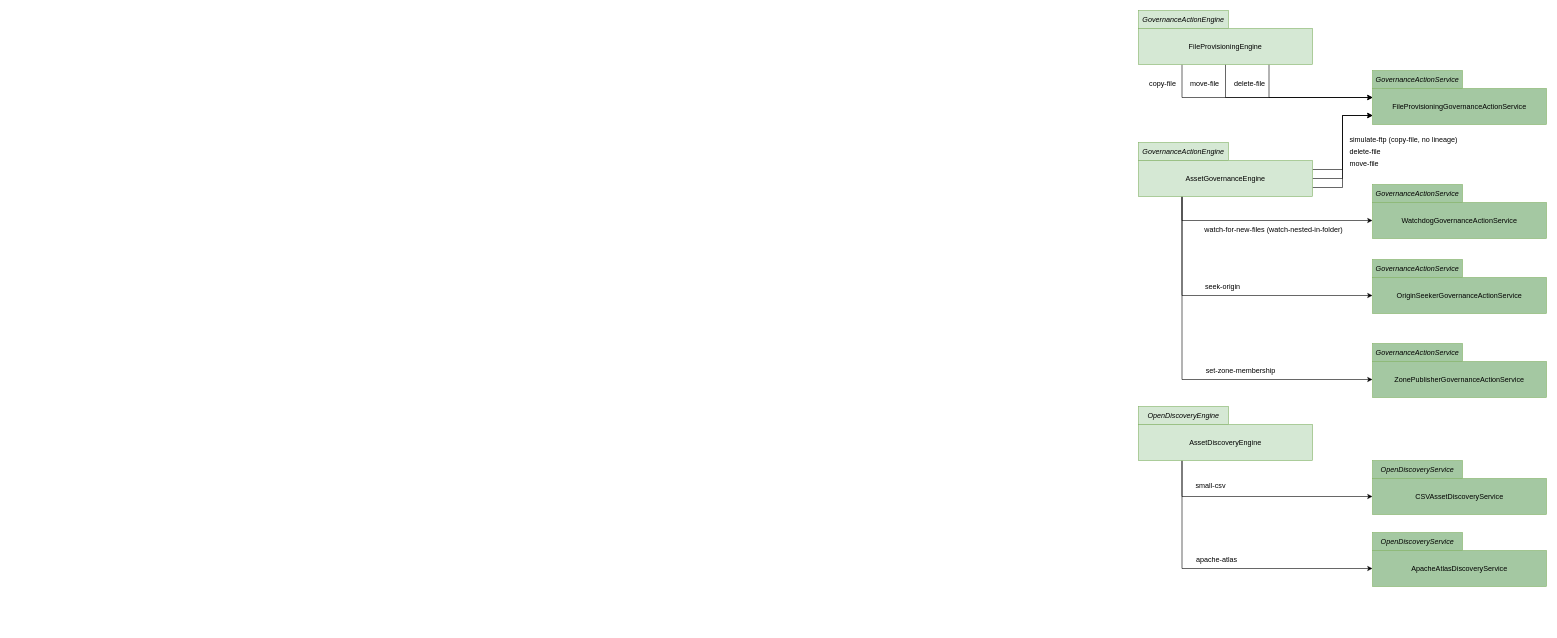
Earlier version of the draw.io diagram page "governance-engines" (6 of 7) of open-metadata-resources/open-metadata-archives/open-connector-archives/docs/open-connector-archives.drawio (odpi/egeria). Source tidied: cells renumbered, new cells numbered last; positions are measured from the earlier drawing's top-left corner, leaving out a move shared by most shapes. Both pictures are drawn from the tidied source at 60%, with x=0, y=0 at pixel (1138, 10).
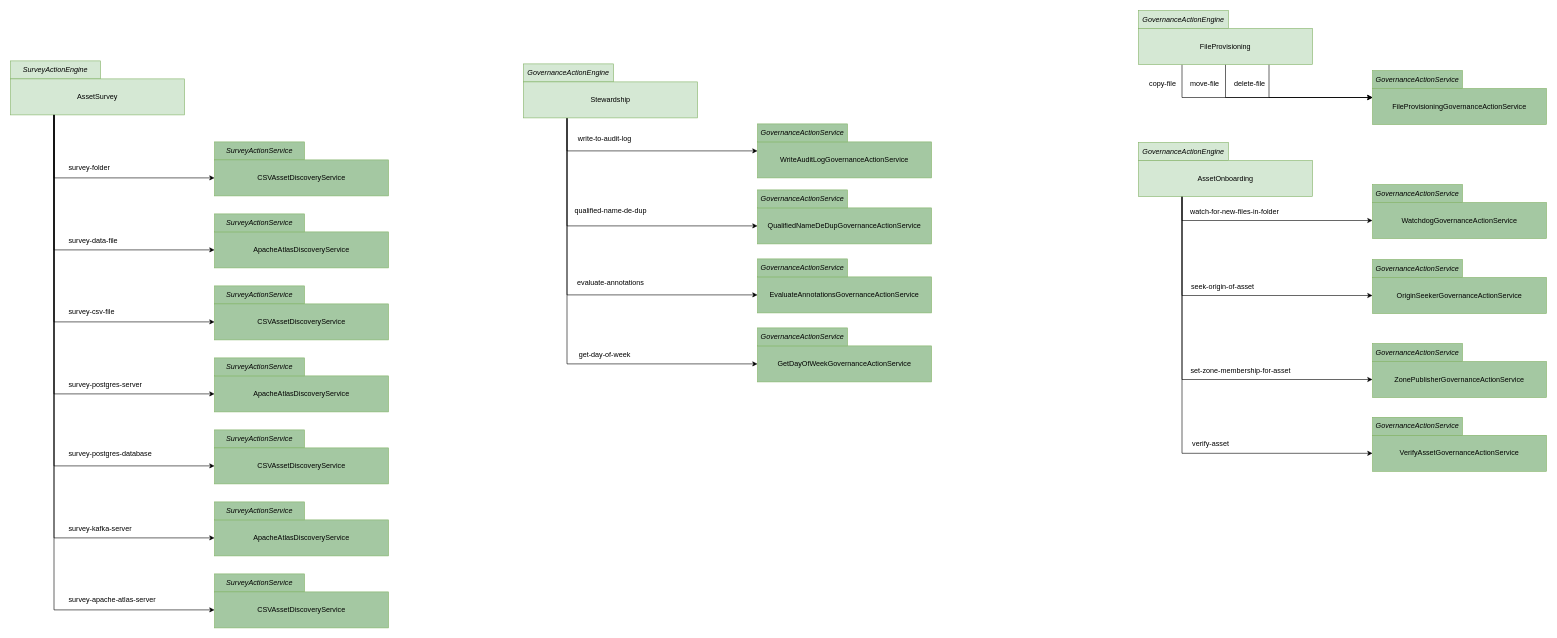
After the change.

Unchanged cells that the change refers to:
```xml
<mxCell id="6" value="FileProvisioningGovernanceActionService" style="rounded=0;whiteSpace=wrap;html=1;fillColor=#a4c8a2;strokeColor=#82b366;" parent="1" vertex="1">
  <mxGeometry x="390" y="130" width="290" height="60" as="geometry" />
</mxCell>
```

The edit, as a diff of the source:
```diff
@@
-    <mxCell id="3" value="OpenDiscoveryService" style="rounded=0;whiteSpace=wrap;html=1;fontStyle=2;fillColor=#a4c8a2;strokeColor=#82b366;" parent="1" vertex="1">
-      <mxGeometry x="390" y="750" width="150" height="30" as="geometry" />
+    <mxCell id="3" value="SurveyActionService" style="rounded=0;whiteSpace=wrap;html=1;fontStyle=2;fillColor=#a4c8a2;strokeColor=#82b366;" parent="1" vertex="1">
+      <mxGeometry x="-1540" y="219" width="150" height="30" as="geometry" />
     </mxCell>
@@
-    <mxCell id="5" value="OpenDiscoveryEngine" style="rounded=0;whiteSpace=wrap;html=1;fontStyle=2;fillColor=#d5e8d4;strokeColor=#82b366;" parent="1" vertex="1">
-      <mxGeometry y="660" width="150" height="30" as="geometry" />
+    <mxCell id="5" value="SurveyActionEngine" style="rounded=0;whiteSpace=wrap;html=1;fontStyle=2;fillColor=#d5e8d4;strokeColor=#82b366;" parent="1" vertex="1">
+      <mxGeometry x="-1880" y="84" width="150" height="30" as="geometry" />
     </mxCell>
@@
-    <mxCell id="10" value="FileProvisioningEngine" style="rounded=0;whiteSpace=wrap;html=1;fillColor=#d5e8d4;strokeColor=#82b366;" parent="1" vertex="1">
+    <mxCell id="10" value="FileProvisioning" style="rounded=0;whiteSpace=wrap;html=1;fillColor=#d5e8d4;strokeColor=#82b366;" parent="1" vertex="1">
       <mxGeometry y="30" width="290" height="60" as="geometry" />
     </mxCell>
@@
     <mxCell id="14" value="CSVAssetDiscoveryService" style="rounded=0;whiteSpace=wrap;html=1;fillColor=#a4c8a2;strokeColor=#82b366;" parent="1" vertex="1">
-      <mxGeometry x="390" y="780" width="290" height="60" as="geometry" />
+      <mxGeometry x="-1540" y="249" width="290" height="60" as="geometry" />
     </mxCell>
     <mxCell id="15" value="ApacheAtlasDiscoveryService" style="rounded=0;whiteSpace=wrap;html=1;fillColor=#a4c8a2;strokeColor=#82b366;" parent="1" vertex="1">
-      <mxGeometry x="390" y="900" width="290" height="60" as="geometry" />
+      <mxGeometry x="-1540" y="369" width="290" height="60" as="geometry" />
     </mxCell>
-    <mxCell id="16" value="OpenDiscoveryService" style="rounded=0;whiteSpace=wrap;html=1;fontStyle=2;fillColor=#a4c8a2;strokeColor=#82b366;" parent="1" vertex="1">
-      <mxGeometry x="390" y="870" width="150" height="30" as="geometry" />
+    <mxCell id="16" value="SurveyActionService" style="rounded=0;whiteSpace=wrap;html=1;fontStyle=2;fillColor=#a4c8a2;strokeColor=#82b366;" parent="1" vertex="1">
+      <mxGeometry x="-1540" y="339" width="150" height="30" as="geometry" />
     </mxCell>
@@
-    <mxCell id="20" style="edgeStyle=orthogonalEdgeStyle;rounded=0;jettySize=auto;html=1;entryX=0;entryY=0.75;entryDx=0;entryDy=0;exitX=1;exitY=0.25;exitDx=0;exitDy=0;" parent="1" edge="1" source="26" target="6">
-      <mxGeometry relative="1" as="geometry" />
-    </mxCell>
-    <mxCell id="21" style="edgeStyle=orthogonalEdgeStyle;rounded=0;jettySize=auto;html=1;exitX=1;exitY=0.5;exitDx=0;exitDy=0;entryX=0;entryY=0.75;entryDx=0;entryDy=0;" parent="1" edge="1" source="26" target="6">
-      <mxGeometry relative="1" as="geometry" />
-    </mxCell>
-    <mxCell id="22" style="edgeStyle=orthogonalEdgeStyle;rounded=0;jettySize=auto;html=1;exitX=1;exitY=0.75;exitDx=0;exitDy=0;entryX=0;entryY=0.75;entryDx=0;entryDy=0;" parent="1" edge="1" source="26" target="6">
-      <mxGeometry relative="1" as="geometry" />
-    </mxCell>
@@
-    <mxCell id="26" value="AssetGovernanceEngine" style="rounded=0;whiteSpace=wrap;html=1;fillColor=#d5e8d4;strokeColor=#82b366;" parent="1" vertex="1">
+    <mxCell id="26" value="AssetOnboarding" style="rounded=0;whiteSpace=wrap;html=1;fillColor=#d5e8d4;strokeColor=#82b366;" parent="1" vertex="1">
       <mxGeometry y="250" width="290" height="60" as="geometry" />
     </mxCell>
@@
-    <mxCell id="29" value="AssetDiscoveryEngine" style="rounded=0;whiteSpace=wrap;html=1;fillColor=#d5e8d4;strokeColor=#82b366;" parent="1" vertex="1">
-      <mxGeometry y="690" width="290" height="60" as="geometry" />
+    <mxCell id="29" value="AssetSurvey" style="rounded=0;whiteSpace=wrap;html=1;fillColor=#d5e8d4;strokeColor=#82b366;" parent="1" vertex="1">
+      <mxGeometry x="-1880" y="114" width="290" height="60" as="geometry" />
     </mxCell>
@@
-    <mxCell id="34" value="simulate-ftp (copy-file, no lineage)" style="text;html=1;align=left;verticalAlign=middle;strokeColor=none;fillColor=none;" parent="1" vertex="1">
-      <mxGeometry x="350" y="200" width="200" height="30" as="geometry" />
-    </mxCell>
-    <mxCell id="35" value="move-file" style="text;html=1;align=left;verticalAlign=middle;strokeColor=none;fillColor=none;" parent="1" vertex="1">
-      <mxGeometry x="350" y="240" width="70" height="30" as="geometry" />
-    </mxCell>
-    <mxCell id="36" value="delete-file" style="text;html=1;align=left;verticalAlign=middle;strokeColor=none;fillColor=none;" parent="1" vertex="1">
-      <mxGeometry x="350" y="220" width="80" height="30" as="geometry" />
-    </mxCell>
-    <mxCell id="37" value="watch-for-new-files (watch-nested-in-folder)" style="text;html=1;align=center;verticalAlign=middle;strokeColor=none;fillColor=none;" parent="1" vertex="1">
-      <mxGeometry x="100" y="350" width="250" height="30" as="geometry" />
-    </mxCell>
-    <mxCell id="38" value="seek-origin" style="text;html=1;align=center;verticalAlign=middle;strokeColor=none;fillColor=none;" parent="1" vertex="1">
-      <mxGeometry x="100" y="445" width="80" height="30" as="geometry" />
+    <mxCell id="38" value="seek-origin-of-asset" style="text;html=1;align=center;verticalAlign=middle;strokeColor=none;fillColor=none;" parent="1" vertex="1">
+      <mxGeometry x="75" y="445" width="130" height="30" as="geometry" />
     </mxCell>
-    <mxCell id="39" value="set-zone-membership" style="text;html=1;align=center;verticalAlign=middle;strokeColor=none;fillColor=none;" parent="1" vertex="1">
-      <mxGeometry x="100" y="585" width="140" height="30" as="geometry" />
+    <mxCell id="39" value="set-zone-membership-for-asset" style="text;html=1;align=center;verticalAlign=middle;strokeColor=none;fillColor=none;" parent="1" vertex="1">
+      <mxGeometry x="75" y="585" width="190" height="30" as="geometry" />
     </mxCell>
-    <mxCell id="40" value="small-csv" style="text;html=1;align=center;verticalAlign=middle;strokeColor=none;fillColor=none;" parent="1" vertex="1">
-      <mxGeometry x="85" y="778" width="70" height="30" as="geometry" />
+    <mxCell id="40" value="survey-folder" style="text;html=1;align=left;verticalAlign=middle;strokeColor=none;fillColor=none;" parent="1" vertex="1">
+      <mxGeometry x="-1785" y="247" width="90" height="30" as="geometry" />
     </mxCell>
-    <mxCell id="41" value="apache-atlas" style="text;html=1;align=center;verticalAlign=middle;strokeColor=none;fillColor=none;" parent="1" vertex="1">
-      <mxGeometry x="85" y="900" width="90" height="30" as="geometry" />
+    <mxCell id="41" value="survey-data-file" style="text;html=1;align=left;verticalAlign=middle;strokeColor=none;fillColor=none;" parent="1" vertex="1">
+      <mxGeometry x="-1785" y="369" width="110" height="30" as="geometry" />
     </mxCell>
+    <mxCell id="42" value="SurveyActionService" style="rounded=0;whiteSpace=wrap;html=1;fontStyle=2;fillColor=#a4c8a2;strokeColor=#82b366;" parent="1" vertex="1">
+      <mxGeometry x="-1540" y="459" width="150" height="30" as="geometry" />
+    </mxCell>
+    <mxCell id="43" value="CSVAssetDiscoveryService" style="rounded=0;whiteSpace=wrap;html=1;fillColor=#a4c8a2;strokeColor=#82b366;" parent="1" vertex="1">
+      <mxGeometry x="-1540" y="489" width="290" height="60" as="geometry" />
+    </mxCell>
+    <mxCell id="44" value="ApacheAtlasDiscoveryService" style="rounded=0;whiteSpace=wrap;html=1;fillColor=#a4c8a2;strokeColor=#82b366;" parent="1" vertex="1">
+      <mxGeometry x="-1540" y="609" width="290" height="60" as="geometry" />
+    </mxCell>
+    <mxCell id="45" value="SurveyActionService" style="rounded=0;whiteSpace=wrap;html=1;fontStyle=2;fillColor=#a4c8a2;strokeColor=#82b366;" parent="1" vertex="1">
+      <mxGeometry x="-1540" y="579" width="150" height="30" as="geometry" />
+    </mxCell>
+    <mxCell id="46" style="edgeStyle=orthogonalEdgeStyle;rounded=0;jettySize=auto;html=1;exitX=0.25;exitY=1;exitDx=0;exitDy=0;entryX=0;entryY=0.5;entryDx=0;entryDy=0;" parent="1" edge="1" source="29" target="44">
+      <mxGeometry relative="1" as="geometry" />
+    </mxCell>
+    <mxCell id="47" style="edgeStyle=orthogonalEdgeStyle;rounded=0;jettySize=auto;html=1;exitX=0.25;exitY=1;exitDx=0;exitDy=0;entryX=0;entryY=0.5;entryDx=0;entryDy=0;" parent="1" edge="1" source="29" target="43">
+      <mxGeometry relative="1" as="geometry" />
+    </mxCell>
+    <mxCell id="48" value="survey-csv-file" style="text;html=1;align=left;verticalAlign=middle;strokeColor=none;fillColor=none;" parent="1" vertex="1">
+      <mxGeometry x="-1785" y="487" width="100" height="30" as="geometry" />
+    </mxCell>
+    <mxCell id="49" value="survey-postgres-server" style="text;html=1;align=left;verticalAlign=middle;strokeColor=none;fillColor=none;" parent="1" vertex="1">
+      <mxGeometry x="-1785" y="609" width="150" height="30" as="geometry" />
+    </mxCell>
+    <mxCell id="50" value="SurveyActionService" style="rounded=0;whiteSpace=wrap;html=1;fontStyle=2;fillColor=#a4c8a2;strokeColor=#82b366;" parent="1" vertex="1">
+      <mxGeometry x="-1540" y="699" width="150" height="30" as="geometry" />
+    </mxCell>
+    <mxCell id="51" value="CSVAssetDiscoveryService" style="rounded=0;whiteSpace=wrap;html=1;fillColor=#a4c8a2;strokeColor=#82b366;" parent="1" vertex="1">
+      <mxGeometry x="-1540" y="729" width="290" height="60" as="geometry" />
+    </mxCell>
+    <mxCell id="52" value="ApacheAtlasDiscoveryService" style="rounded=0;whiteSpace=wrap;html=1;fillColor=#a4c8a2;strokeColor=#82b366;" parent="1" vertex="1">
+      <mxGeometry x="-1540" y="849" width="290" height="60" as="geometry" />
+    </mxCell>
+    <mxCell id="53" value="SurveyActionService" style="rounded=0;whiteSpace=wrap;html=1;fontStyle=2;fillColor=#a4c8a2;strokeColor=#82b366;" parent="1" vertex="1">
+      <mxGeometry x="-1540" y="819" width="150" height="30" as="geometry" />
+    </mxCell>
+    <mxCell id="54" style="edgeStyle=orthogonalEdgeStyle;rounded=0;jettySize=auto;html=1;exitX=0.25;exitY=1;exitDx=0;exitDy=0;entryX=0;entryY=0.5;entryDx=0;entryDy=0;" parent="1" edge="1" source="29" target="52">
+      <mxGeometry relative="1" as="geometry" />
+    </mxCell>
+    <mxCell id="55" style="edgeStyle=orthogonalEdgeStyle;rounded=0;jettySize=auto;html=1;exitX=0.25;exitY=1;exitDx=0;exitDy=0;entryX=0;entryY=0.5;entryDx=0;entryDy=0;" parent="1" edge="1" source="29" target="51">
+      <mxGeometry relative="1" as="geometry" />
+    </mxCell>
+    <mxCell id="56" value="survey-postgres-database" style="text;html=1;align=left;verticalAlign=middle;strokeColor=none;fillColor=none;" parent="1" vertex="1">
+      <mxGeometry x="-1785" y="724" width="160" height="30" as="geometry" />
+    </mxCell>
+    <mxCell id="57" value="survey-kafka-server" style="text;html=1;align=left;verticalAlign=middle;strokeColor=none;fillColor=none;" parent="1" vertex="1">
+      <mxGeometry x="-1785" y="849" width="130" height="30" as="geometry" />
+    </mxCell>
+    <mxCell id="58" value="SurveyActionService" style="rounded=0;whiteSpace=wrap;html=1;fontStyle=2;fillColor=#a4c8a2;strokeColor=#82b366;" parent="1" vertex="1">
+      <mxGeometry x="-1540" y="939" width="150" height="30" as="geometry" />
+    </mxCell>
+    <mxCell id="59" value="CSVAssetDiscoveryService" style="rounded=0;whiteSpace=wrap;html=1;fillColor=#a4c8a2;strokeColor=#82b366;" parent="1" vertex="1">
+      <mxGeometry x="-1540" y="969" width="290" height="60" as="geometry" />
+    </mxCell>
+    <mxCell id="60" style="edgeStyle=orthogonalEdgeStyle;rounded=0;jettySize=auto;html=1;exitX=0.25;exitY=1;exitDx=0;exitDy=0;entryX=0;entryY=0.5;entryDx=0;entryDy=0;" parent="1" edge="1" source="29" target="59">
+      <mxGeometry relative="1" as="geometry" />
+    </mxCell>
+    <mxCell id="61" value="survey-apache-atlas-server" style="text;html=1;align=left;verticalAlign=middle;strokeColor=none;fillColor=none;" parent="1" vertex="1">
+      <mxGeometry x="-1785" y="967" width="170" height="30" as="geometry" />
+    </mxCell>
+    <mxCell id="62" value="GovernanceActionEngine" style="rounded=0;whiteSpace=wrap;html=1;fontStyle=2;fillColor=#d5e8d4;strokeColor=#82b366;" parent="1" vertex="1">
+      <mxGeometry x="-1025" y="89" width="150" height="30" as="geometry" />
+    </mxCell>
+    <mxCell id="63" value="WriteAuditLogGovernanceActionService" style="rounded=0;whiteSpace=wrap;html=1;fillColor=#a4c8a2;strokeColor=#82b366;" parent="1" vertex="1">
+      <mxGeometry x="-635" y="219" width="290" height="60" as="geometry" />
+    </mxCell>
+    <mxCell id="64" style="edgeStyle=orthogonalEdgeStyle;rounded=0;jettySize=auto;html=1;exitX=0.25;exitY=1;exitDx=0;exitDy=0;entryX=0;entryY=0.5;entryDx=0;entryDy=0;" parent="1" edge="1" source="68" target="83">
+      <mxGeometry relative="1" as="geometry" />
+    </mxCell>
+    <mxCell id="65" style="edgeStyle=orthogonalEdgeStyle;rounded=0;jettySize=auto;html=1;entryX=0;entryY=0.5;entryDx=0;entryDy=0;exitX=0.25;exitY=1;exitDx=0;exitDy=0;" parent="1" edge="1" source="68" target="79">
+      <mxGeometry relative="1" as="geometry" />
+    </mxCell>
+    <mxCell id="66" style="edgeStyle=orthogonalEdgeStyle;rounded=0;jettySize=auto;html=1;exitX=0.25;exitY=1;exitDx=0;exitDy=0;entryX=0;entryY=0.25;entryDx=0;entryDy=0;" parent="1" edge="1" source="68" target="63">
+      <mxGeometry relative="1" as="geometry" />
+    </mxCell>
+    <mxCell id="67" style="edgeStyle=orthogonalEdgeStyle;rounded=0;jettySize=auto;html=1;exitX=0.25;exitY=1;exitDx=0;exitDy=0;entryX=0;entryY=0.5;entryDx=0;entryDy=0;" parent="1" edge="1" source="68" target="81">
+      <mxGeometry relative="1" as="geometry" />
+    </mxCell>
+    <mxCell id="68" value="Stewardship" style="rounded=0;whiteSpace=wrap;html=1;fillColor=#d5e8d4;strokeColor=#82b366;" parent="1" vertex="1">
+      <mxGeometry x="-1025" y="119" width="290" height="60" as="geometry" />
+    </mxCell>
+    <mxCell id="69" value="GovernanceActionService" style="rounded=0;whiteSpace=wrap;html=1;fontStyle=2;fillColor=#a4c8a2;strokeColor=#82b366;" parent="1" vertex="1">
+      <mxGeometry x="-635" y="189" width="150" height="30" as="geometry" />
+    </mxCell>
+    <mxCell id="70" value="write-to-audit-log" style="text;html=1;align=center;verticalAlign=middle;strokeColor=none;fillColor=none;" parent="1" vertex="1">
+      <mxGeometry x="-945" y="199" width="110" height="30" as="geometry" />
+    </mxCell>
+    <mxCell id="71" value="qualified-name-de-dup" style="text;html=1;align=center;verticalAlign=middle;strokeColor=none;fillColor=none;" parent="1" vertex="1">
+      <mxGeometry x="-950" y="319" width="140" height="30" as="geometry" />
+    </mxCell>
+    <mxCell id="72" value="evaluate-annotations" style="text;html=1;align=center;verticalAlign=middle;strokeColor=none;fillColor=none;" parent="1" vertex="1">
+      <mxGeometry x="-945" y="439" width="130" height="30" as="geometry" />
+    </mxCell>
+    <mxCell id="73" value="watch-for-new-files-in-folder" style="text;html=1;align=center;verticalAlign=middle;strokeColor=none;fillColor=none;" parent="1" vertex="1">
+      <mxGeometry x="75" y="320" width="170" height="30" as="geometry" />
+    </mxCell>
+    <mxCell id="74" value="VerifyAssetGovernanceActionService" style="rounded=0;whiteSpace=wrap;html=1;fillColor=#a4c8a2;strokeColor=#82b366;" parent="1" vertex="1">
+      <mxGeometry x="390" y="708" width="290" height="60" as="geometry" />
+    </mxCell>
+    <mxCell id="75" value="GovernanceActionService" style="rounded=0;whiteSpace=wrap;html=1;fontStyle=2;fillColor=#a4c8a2;strokeColor=#82b366;" parent="1" vertex="1">
+      <mxGeometry x="390" y="678" width="150" height="30" as="geometry" />
+    </mxCell>
+    <mxCell id="76" style="edgeStyle=orthogonalEdgeStyle;rounded=0;jettySize=auto;html=1;exitX=0.25;exitY=1;exitDx=0;exitDy=0;entryX=0;entryY=0.5;entryDx=0;entryDy=0;" parent="1" edge="1" source="26" target="74">
+      <mxGeometry relative="1" as="geometry" />
+    </mxCell>
+    <mxCell id="77" value="verify-asset" style="text;html=1;align=center;verticalAlign=middle;strokeColor=none;fillColor=none;" parent="1" vertex="1">
+      <mxGeometry x="80" y="708" width="80" height="30" as="geometry" />
+    </mxCell>
+    <mxCell id="78" value="get-day-of-week" style="text;html=1;align=center;verticalAlign=middle;strokeColor=none;fillColor=none;" parent="1" vertex="1">
+      <mxGeometry x="-945" y="559" width="110" height="30" as="geometry" />
+    </mxCell>
+    <mxCell id="79" value="QualifiedNameDeDupGovernanceActionService" style="rounded=0;whiteSpace=wrap;html=1;fillColor=#a4c8a2;strokeColor=#82b366;" parent="1" vertex="1">
+      <mxGeometry x="-635" y="329" width="290" height="60" as="geometry" />
+    </mxCell>
+    <mxCell id="80" value="GovernanceActionService" style="rounded=0;whiteSpace=wrap;html=1;fontStyle=2;fillColor=#a4c8a2;strokeColor=#82b366;" parent="1" vertex="1">
+      <mxGeometry x="-635" y="299" width="150" height="30" as="geometry" />
+    </mxCell>
+    <mxCell id="81" value="EvaluateAnnotationsGovernanceActionService" style="rounded=0;whiteSpace=wrap;html=1;fillColor=#a4c8a2;strokeColor=#82b366;" parent="1" vertex="1">
+      <mxGeometry x="-635" y="444" width="290" height="60" as="geometry" />
+    </mxCell>
+    <mxCell id="82" value="GovernanceActionService" style="rounded=0;whiteSpace=wrap;html=1;fontStyle=2;fillColor=#a4c8a2;strokeColor=#82b366;" parent="1" vertex="1">
+      <mxGeometry x="-635" y="414" width="150" height="30" as="geometry" />
+    </mxCell>
+    <mxCell id="83" value="GetDayOfWeekGovernanceActionService" style="rounded=0;whiteSpace=wrap;html=1;fillColor=#a4c8a2;strokeColor=#82b366;" parent="1" vertex="1">
+      <mxGeometry x="-635" y="559" width="290" height="60" as="geometry" />
+    </mxCell>
+    <mxCell id="84" value="GovernanceActionService" style="rounded=0;whiteSpace=wrap;html=1;fontStyle=2;fillColor=#a4c8a2;strokeColor=#82b366;" parent="1" vertex="1">
+      <mxGeometry x="-635" y="529" width="150" height="30" as="geometry" />
+    </mxCell>
```
